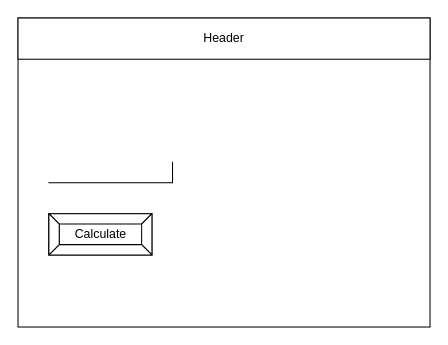
Before: design/story-board.drawio in brennan-lee/ICS2O-5-05, a draw.io diagram. Source tidied: cells renumbered, new cells numbered last; positions are measured from the earlier drawing's top-left corner, leaving out a move shared by most shapes. Both pictures are drawn from the tidied source at 103%, with x=0, y=0 at pixel (18, 18).
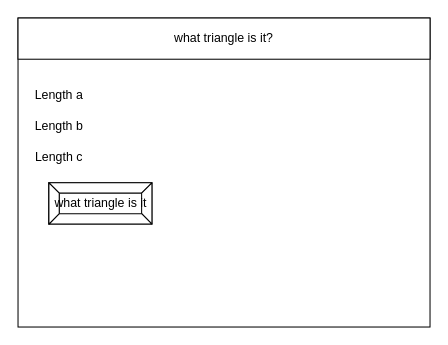
Above is the later version.

Commit message (it also covers changes not shown here):
flow and story

The edit, as a diff of the source:
```diff
@@
 <mxGraphModel>
   <root>
     <mxCell id="0" />
     <mxCell id="1" parent="0" />
     <mxCell id="2" style="rounded=0;whiteSpace=wrap;html=1;" parent="1" vertex="1">
       <mxGeometry width="400" height="300" as="geometry" />
     </mxCell>
-    <mxCell id="3" value="Header" style="rounded=0;whiteSpace=wrap;html=1;" parent="1" vertex="1">
+    <mxCell id="3" value="what triangle is it?" style="rounded=0;whiteSpace=wrap;html=1;" parent="1" vertex="1">
       <mxGeometry width="400" height="40" as="geometry" />
     </mxCell>
-    <mxCell id="4" style="shape=partialRectangle;whiteSpace=wrap;html=1;top=0;left=0;fillColor=none;" parent="1" vertex="1">
-      <mxGeometry x="30" y="140" width="120" height="20" as="geometry" />
-    </mxCell>
-    <mxCell id="5" value="Calculate" style="labelPosition=center;verticalLabelPosition=middle;align=center;html=1;shape=mxgraph.basic.button;dx=10;" parent="1" vertex="1">
-      <mxGeometry x="30" y="190" width="100" height="40" as="geometry" />
+    <mxCell id="5" value="what triangle is it" style="labelPosition=center;verticalLabelPosition=middle;align=center;html=1;shape=mxgraph.basic.button;dx=10;" parent="1" vertex="1">
+      <mxGeometry x="30" y="160" width="100" height="40" as="geometry" />
     </mxCell>
+    <mxCell id="6" value="Length a" style="text;html=1;strokeColor=none;fillColor=none;align=center;verticalAlign=middle;whiteSpace=wrap;rounded=0;" parent="1" vertex="1">
+      <mxGeometry x="10" y="60" width="60" height="30" as="geometry" />
+    </mxCell>
+    <mxCell id="7" value="Length b" style="text;html=1;strokeColor=none;fillColor=none;align=center;verticalAlign=middle;whiteSpace=wrap;rounded=0;" parent="1" vertex="1">
+      <mxGeometry x="10" y="90" width="60" height="30" as="geometry" />
+    </mxCell>
+    <mxCell id="8" value="Length c" style="text;html=1;strokeColor=none;fillColor=none;align=center;verticalAlign=middle;whiteSpace=wrap;rounded=0;" parent="1" vertex="1">
+      <mxGeometry x="10" y="120" width="60" height="30" as="geometry" />
+    </mxCell>
   </root>
 </mxGraphModel>
```
